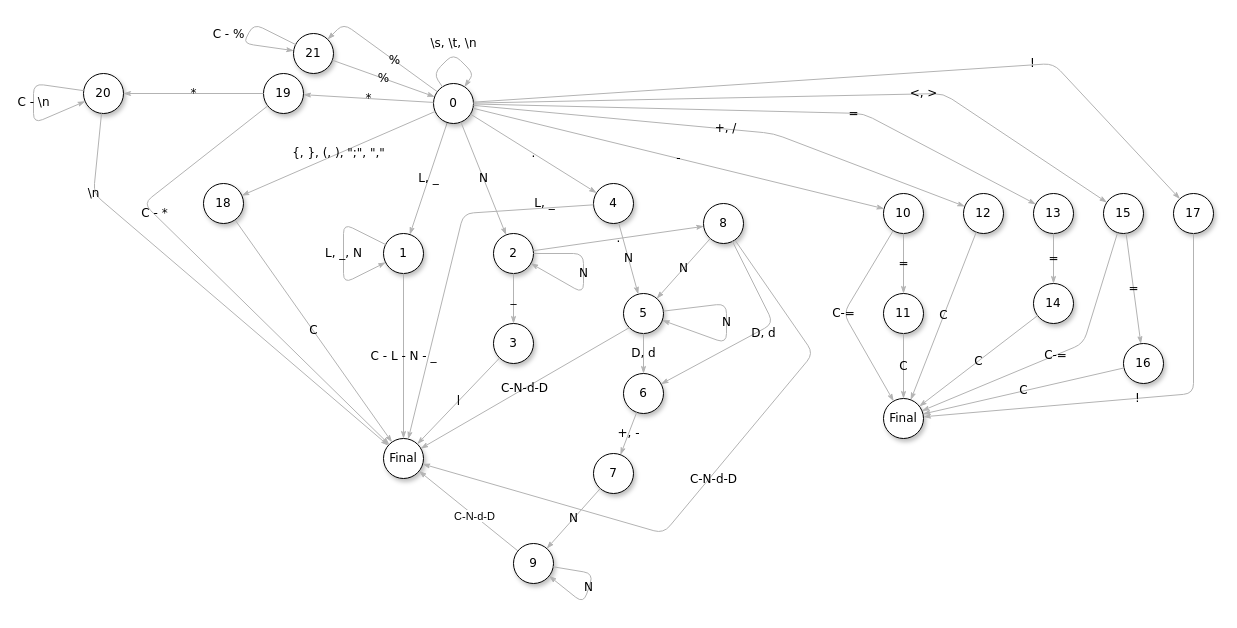
fnicolasmedioli/compilador keeps this draw.io diagram as docs/automata.drawio. Above is the earlier version. Source tidied: cells renumbered, new cells numbered last; positions are measured from the earlier drawing's top-left corner, leaving out a move shared by most shapes. Both pictures are drawn from the tidied source at 100%, with x=0, y=0 at pixel (33, 23).
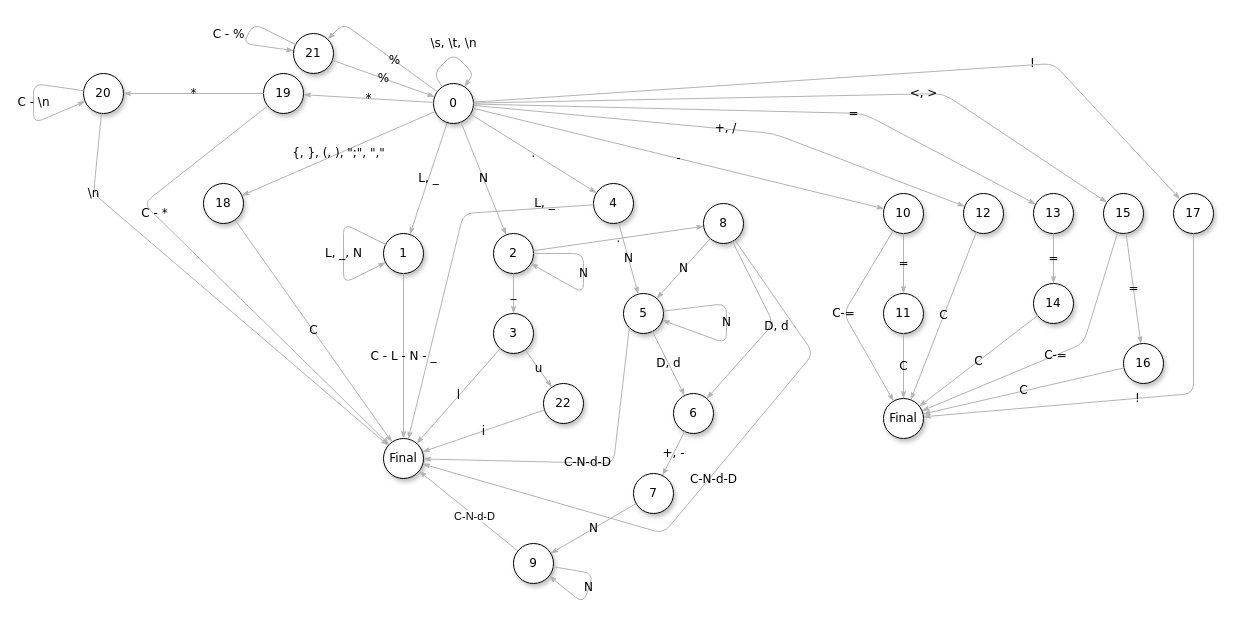
The same page after the edit.

Unchanged cells that the change refers to:
```xml
<mxCell id="8" value="Final" style="ellipse;whiteSpace=wrap;html=1;rounded=0;shadow=1;comic=0;labelBackgroundColor=none;strokeWidth=1;fontFamily=Verdana;fontSize=12;align=center;" parent="1" vertex="1">
  <mxGeometry x="350" y="415" width="40" height="40" as="geometry" />
</mxCell>
<mxCell id="15" value="5" style="ellipse;whiteSpace=wrap;html=1;rounded=0;shadow=1;comic=0;labelBackgroundColor=none;strokeWidth=1;fontFamily=Verdana;fontSize=12;align=center;" parent="1" vertex="1">
  <mxGeometry x="590" y="270" width="40" height="40" as="geometry" />
</mxCell>
```

The edit, as a diff of the source:
```diff
@@
     <mxCell id="11" value="3" style="ellipse;whiteSpace=wrap;html=1;rounded=0;shadow=1;comic=0;labelBackgroundColor=none;strokeWidth=1;fontFamily=Verdana;fontSize=12;align=center;" parent="1" vertex="1">
-      <mxGeometry x="460" y="300" width="40" height="40" as="geometry" />
+      <mxGeometry x="460" y="290" width="40" height="40" as="geometry" />
     </mxCell>
@@
     <mxCell id="18" value="6" style="ellipse;whiteSpace=wrap;html=1;rounded=0;shadow=1;comic=0;labelBackgroundColor=none;strokeWidth=1;fontFamily=Verdana;fontSize=12;align=center;" parent="1" vertex="1">
-      <mxGeometry x="590" y="350" width="40" height="40" as="geometry" />
+      <mxGeometry x="640" y="370" width="40" height="40" as="geometry" />
     </mxCell>
@@
     <mxCell id="21" value="7" style="ellipse;whiteSpace=wrap;html=1;rounded=0;shadow=1;comic=0;labelBackgroundColor=none;strokeWidth=1;fontFamily=Verdana;fontSize=12;align=center;" parent="1" vertex="1">
-      <mxGeometry x="560" y="430" width="40" height="40" as="geometry" />
+      <mxGeometry x="600" y="450" width="40" height="40" as="geometry" />
     </mxCell>
@@
     <mxCell id="27" value="C-N-d-D" style="edgeStyle=none;rounded=1;html=1;labelBackgroundColor=none;startArrow=none;startFill=0;startSize=5;endArrow=classicThin;endFill=1;endSize=5;jettySize=auto;strokeColor=#B3B3B3;strokeWidth=1;fontFamily=Verdana;fontSize=12;exitX=0;exitY=1;exitDx=0;exitDy=0;" parent="1" edge="1" source="15" target="8">
-      <mxGeometry relative="1" as="geometry" />
+      <mxGeometry relative="1" as="geometry">
+        <Array as="points">
+          <mxPoint x="580" y="440" />
+        </Array>
+      </mxGeometry>
     </mxCell>
@@
+    <mxCell id="73" value="22" style="ellipse;whiteSpace=wrap;html=1;rounded=0;shadow=1;comic=0;labelBackgroundColor=none;strokeWidth=1;fontFamily=Verdana;fontSize=12;align=center;" parent="1" vertex="1">
+      <mxGeometry x="510" y="360" width="40" height="40" as="geometry" />
+    </mxCell>
+    <mxCell id="74" value="u" style="edgeStyle=none;rounded=1;html=1;labelBackgroundColor=none;startArrow=none;startFill=0;startSize=5;endArrow=classicThin;endFill=1;endSize=5;jettySize=auto;strokeColor=#B3B3B3;strokeWidth=1;fontFamily=Verdana;fontSize=12;" parent="1" edge="1" source="11" target="73">
+      <mxGeometry relative="1" as="geometry" />
+    </mxCell>
+    <mxCell id="75" value="i" style="edgeStyle=none;rounded=1;html=1;labelBackgroundColor=none;startArrow=none;startFill=0;startSize=5;endArrow=classicThin;endFill=1;endSize=5;jettySize=auto;strokeColor=#B3B3B3;strokeWidth=1;fontFamily=Verdana;fontSize=12;" parent="1" edge="1" source="73" target="8">
+      <mxGeometry relative="1" as="geometry" />
+    </mxCell>
```
